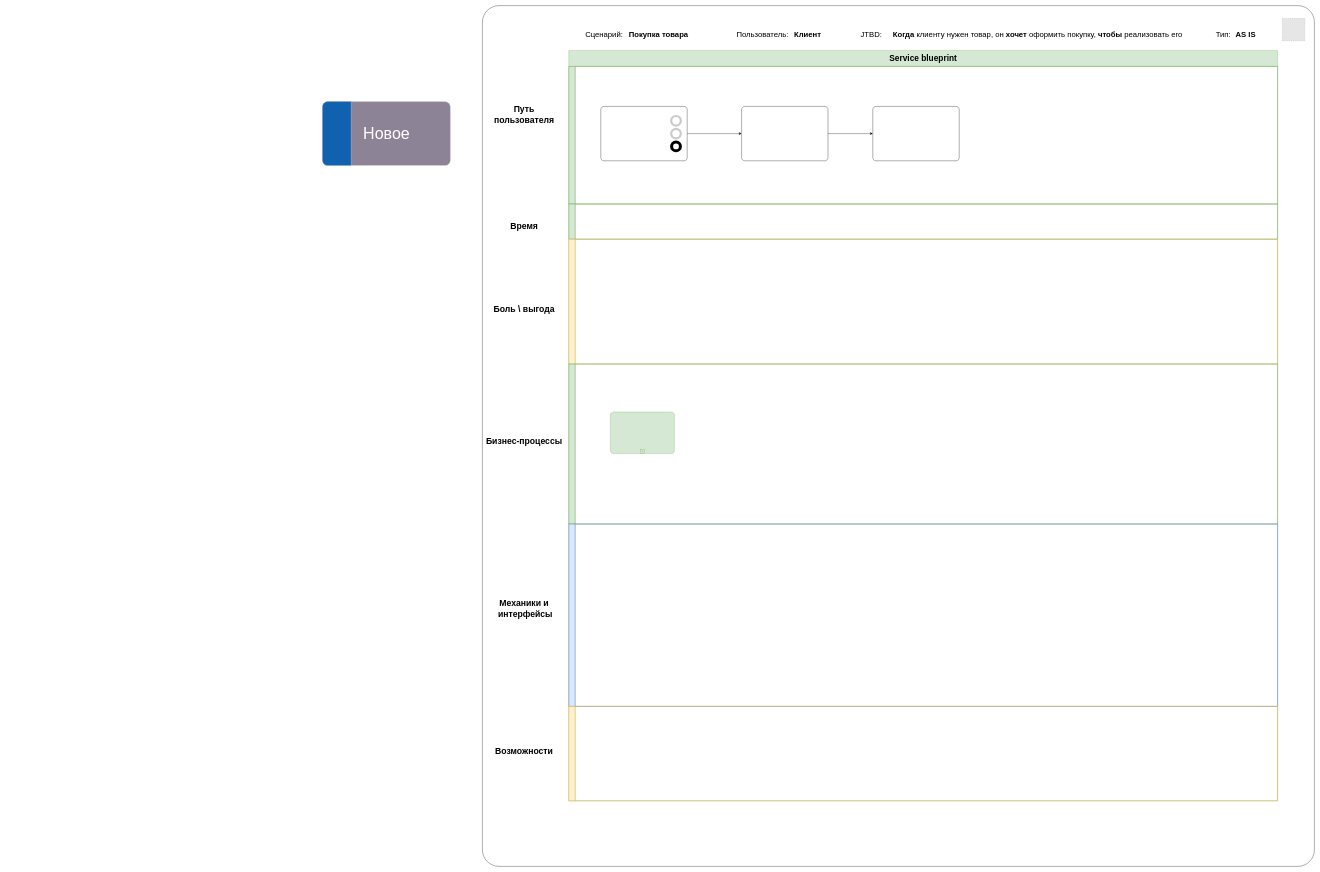
The draw.io diagram Рабочие примеры артефактов/Шаблон Service blueprint and CJM.drawio in Heritager-tech/Public_data, before the edit. Source tidied: cells renumbered, new cells numbered last; positions are measured from the earlier drawing's top-left corner, leaving out a move shared by most shapes. Both pictures are drawn from the tidied source at 32%, with x=0, y=0 at pixel (322, 5). Pictures stored in the file or linked from it are replaced by grey dashed boxes.
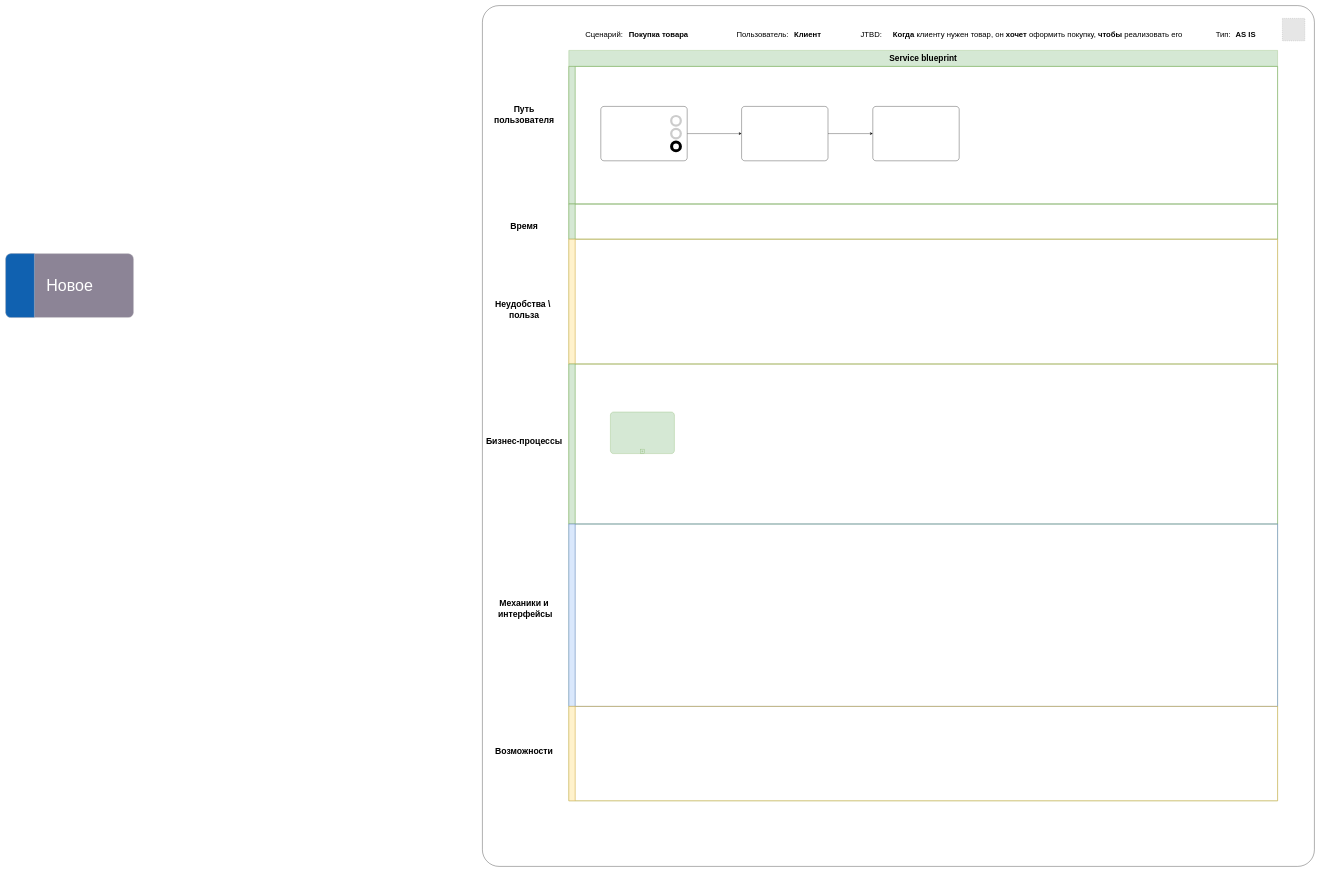
Above is the later version.

The edit, as a diff of the source:
```diff
@@
-    <mxCell id="12" value="&lt;span&gt;Боль \ выгода&lt;br&gt;&lt;/span&gt;" style="text;html=1;align=center;verticalAlign=middle;strokeColor=none;fillColor=none;fontSize=27;fontStyle=1;" parent="1" vertex="1">
-      <mxGeometry x="530" y="925" width="200" height="50" as="geometry" />
+    <mxCell id="12" value="&lt;span&gt;Неудобства \&amp;nbsp;&lt;/span&gt;&lt;div&gt;&lt;span&gt;польза&lt;br&gt;&lt;/span&gt;&lt;/div&gt;" style="text;html=1;align=center;verticalAlign=middle;strokeColor=none;fillColor=none;fontSize=27;fontStyle=1;" parent="1" vertex="1">
+      <mxGeometry x="535" y="910" width="190" height="80" as="geometry" />
     </mxCell>
@@
     <mxCell id="34" style="html=1;shadow=0;dashed=0;shape=mxgraph.bootstrap.rrect;rSize=17;strokeColor=#DFDFDF;html=1;whiteSpace=wrap;fillColor=#8C8496;fontColor=#000000;verticalAlign=top;align=center;spacing=20;fontSize=14;spacingLeft=170;" parent="1" vertex="1">
-      <mxGeometry y="300" width="400" height="200" as="geometry" />
+      <mxGeometry x="-990" y="775" width="400" height="200" as="geometry" />
     </mxCell>
```
